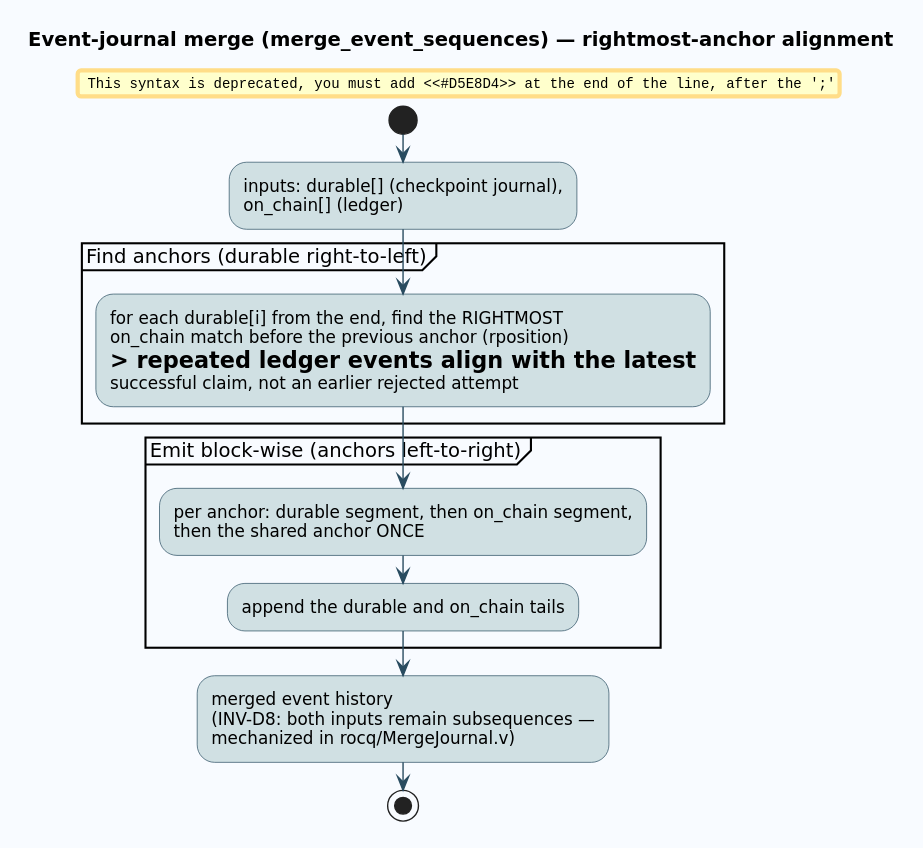
This is docs/diagrams/44-event-journal-merge.svg from F1R3FLY-io/embers, a PlantUML export, as it was before one commit. Its diagram source:
```plantuml
@startuml
skinparam backgroundColor #F8FBFF
skinparam shadowing false
skinparam ArrowColor #294C60
skinparam defaultFontName "DejaVu Sans"
skinparam activity {
  BackgroundColor #D0E0E3
  BorderColor #294C60
  DiamondBackgroundColor #FFF1CC
  DiamondBorderColor #294C60
}

title Event-journal merge (merge_event_sequences) — rightmost-anchor alignment

start
:inputs: durable[] (checkpoint journal),\non_chain[] (ledger);
partition "Find anchors (durable right-to-left)" {
  :for each durable[i] from the end, find the RIGHTMOST\non_chain match before the previous anchor (rposition)\n=> repeated ledger events align with the latest\nsuccessful claim, not an earlier rejected attempt;
}
partition "Emit block-wise (anchors left-to-right)" {
  :per anchor: durable segment, then on_chain segment,\nthen the shared anchor ONCE;
  :append the durable and on_chain tails;
}
#D5E8D4:merged event history\n(INV-D8: both inputs remain subsequences —\nmechanized in rocq/MergeJournal.v);
stop
@enduml
```
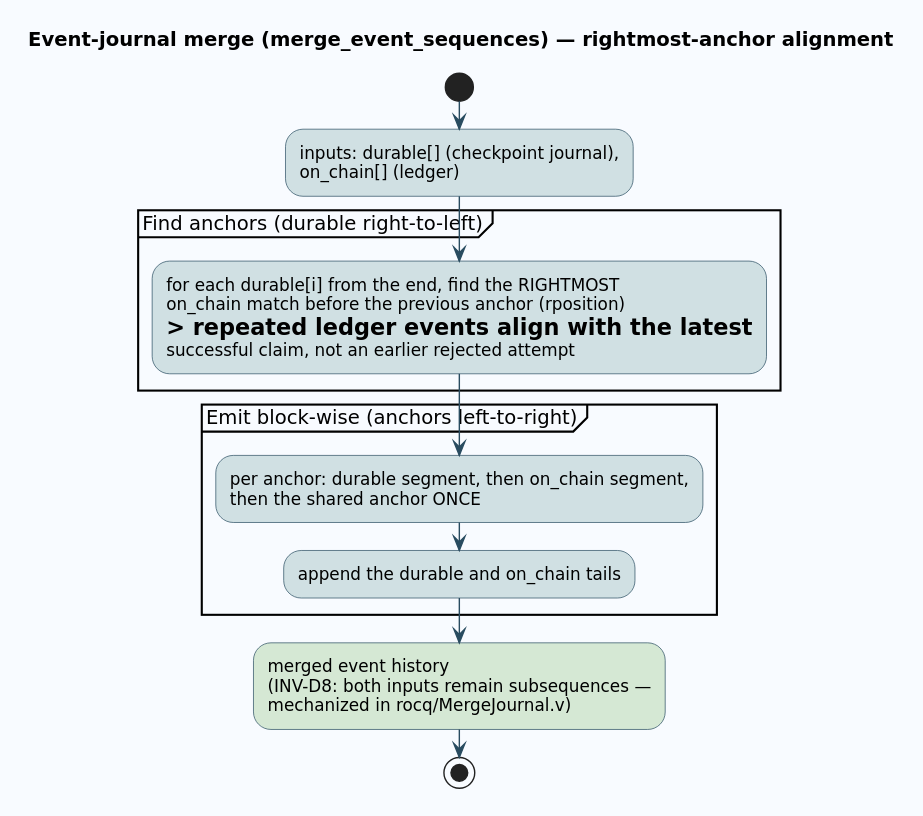
Later version of the same file.

Diff of the diagram source:
```diff
@@ -21,6 +21,6 @@
   :per anchor: durable segment, then on_chain segment,\nthen the shared anchor ONCE;
   :append the durable and on_chain tails;
 }
-#D5E8D4:merged event history\n(INV-D8: both inputs remain subsequences —\nmechanized in rocq/MergeJournal.v);
+:merged event history\n(INV-D8: both inputs remain subsequences —\nmechanized in rocq/MergeJournal.v);<<#D5E8D4>>
 stop
 @enduml
```
